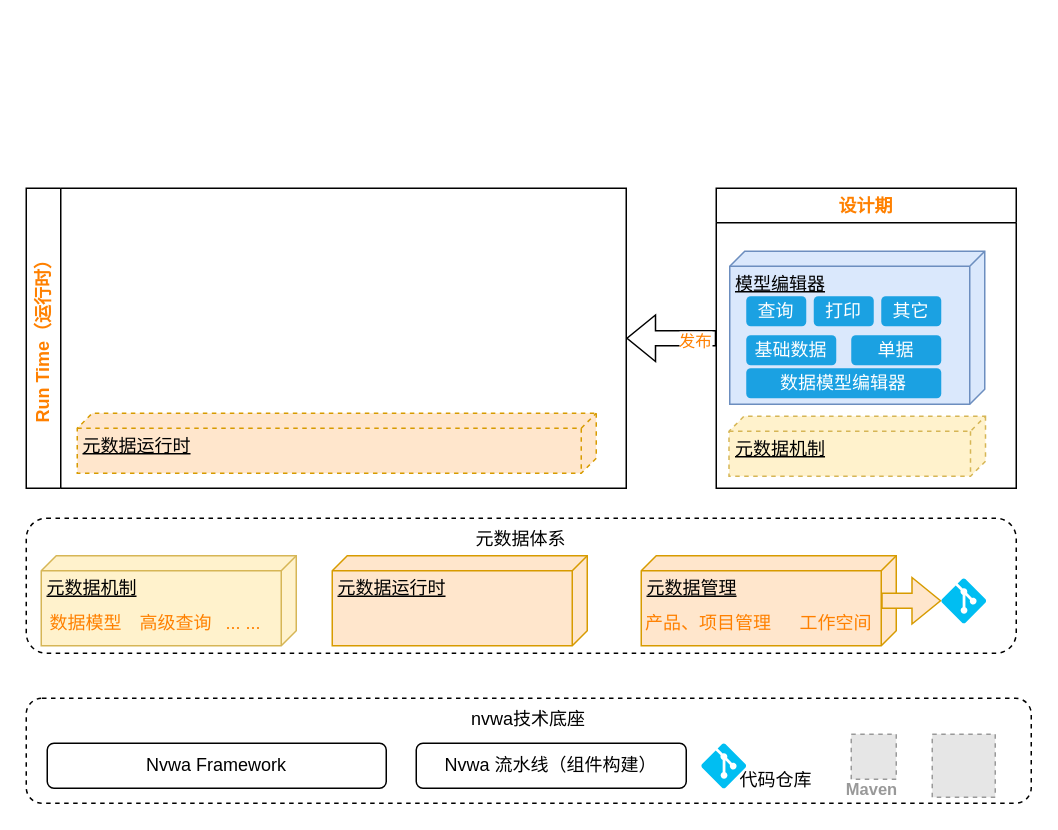
lornezhang66/draw.io keeps this draw.io diagram as page "架构图" (1 of 2) of 轻量级业务构建体系.drawio. Above is the earlier version. Source tidied: cells renumbered, new cells numbered last; positions are measured from the earlier drawing's top-left corner, leaving out a move shared by most shapes. Both pictures are drawn from the tidied source at 150%, with x=0, y=0 at pixel (26, 188). Pictures stored in the file or linked from it are replaced by grey dashed boxes.
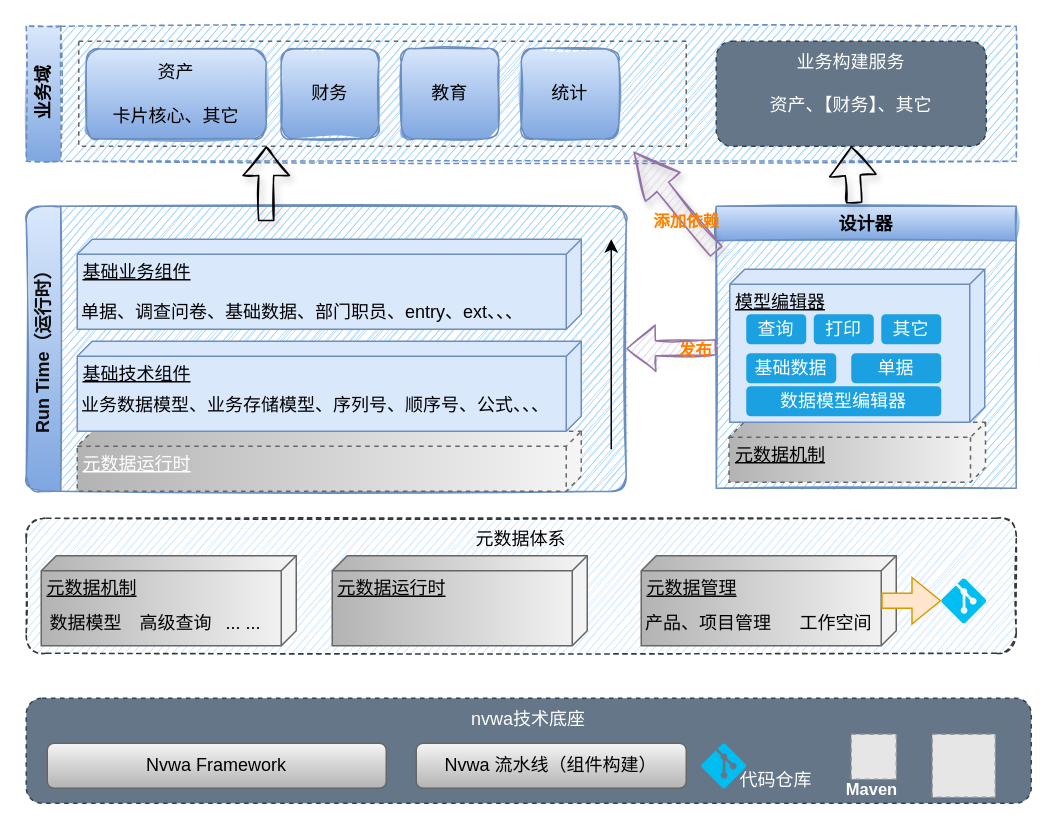
The same diagram, later.

What changed in the source:
```diff
@@
-    <mxCell id="2" value="nvwa技术底座" style="rounded=1;whiteSpace=wrap;html=1;verticalAlign=top;dashed=1;" parent="1" vertex="1">
+    <mxCell id="2" value="nvwa技术底座" style="rounded=1;whiteSpace=wrap;html=1;verticalAlign=top;dashed=1;fillColor=#647687;fontColor=#ffffff;strokeColor=#314354;" parent="1" vertex="1">
       <mxGeometry y="340" width="670" height="70" as="geometry" />
     </mxCell>
-    <mxCell id="3" value="Nvwa Framework" style="rounded=1;whiteSpace=wrap;html=1;" parent="1" vertex="1">
+    <mxCell id="3" value="Nvwa Framework" style="rounded=1;whiteSpace=wrap;html=1;fillColor=#f5f5f5;strokeColor=#666666;gradientColor=#b3b3b3;" parent="1" vertex="1">
       <mxGeometry x="14" y="370" width="226" height="30" as="geometry" />
     </mxCell>
-    <mxCell id="4" value="Nvwa 流水线（组件构建）" style="rounded=1;whiteSpace=wrap;html=1;" parent="1" vertex="1">
+    <mxCell id="4" value="Nvwa 流水线（组件构建）" style="rounded=1;whiteSpace=wrap;html=1;fillColor=#f5f5f5;strokeColor=#666666;gradientColor=#b3b3b3;" parent="1" vertex="1">
       <mxGeometry x="260" y="370" width="180" height="30" as="geometry" />
     </mxCell>
-    <mxCell id="5" value="元数据体系" style="rounded=1;whiteSpace=wrap;html=1;verticalAlign=top;dashed=1;" parent="1" vertex="1">
+    <mxCell id="5" value="元数据体系" style="rounded=1;whiteSpace=wrap;html=1;verticalAlign=top;dashed=1;fillColor=#cce5ff;strokeColor=#36393d;glass=0;sketch=1;" parent="1" vertex="1">
       <mxGeometry y="220" width="660" height="90" as="geometry" />
     </mxCell>
-    <mxCell id="6" style="group;" parent="1" vertex="1">
+    <mxCell id="6" style="group;fontColor=#FCFCFC;" parent="1" vertex="1">
       <mxGeometry x="450" y="370" width="80" height="40" as="geometry" />
     </mxCell>
@@
-    <mxCell id="8" value="代码仓库" style="text;html=1;strokeColor=none;fillColor=none;align=center;verticalAlign=middle;whiteSpace=wrap;rounded=0;" parent="6" vertex="1">
+    <mxCell id="8" value="代码仓库" style="text;html=1;strokeColor=none;fillColor=none;align=center;verticalAlign=middle;whiteSpace=wrap;rounded=0;fontColor=#FFFFFF;" parent="6" vertex="1">
       <mxGeometry x="20" y="10" width="60" height="30" as="geometry" />
     </mxCell>
@@
-    <mxCell id="10" value="元数据机制" style="verticalAlign=top;align=left;spacingTop=8;spacingLeft=2;spacingRight=12;shape=cube;size=10;direction=south;fontStyle=4;html=1;fillColor=#fff2cc;strokeColor=#d6b656;" parent="1" vertex="1">
+    <mxCell id="10" value="元数据机制" style="verticalAlign=top;align=left;spacingTop=8;spacingLeft=2;spacingRight=12;shape=cube;size=10;direction=south;fontStyle=4;html=1;fillColor=#f5f5f5;strokeColor=#666666;gradientColor=#b3b3b3;" parent="1" vertex="1">
       <mxGeometry x="10" y="245" width="170" height="60" as="geometry" />
     </mxCell>
-    <mxCell id="11" value="Maven&amp;nbsp;" style="fillColor=#E6E6E6;strokeColor=#999999;dashed=1;html=1;verticalAlign=top;labelPosition=center;verticalLabelPosition=bottom;align=center;spacingTop=-6;fontSize=11;fontStyle=1;fontColor=#999999;" parent="1" vertex="1">
+    <mxCell id="11" value="&lt;font class=&quot;relin-sentence-1668568389966 relin-sentence&quot; color=&quot;#ffffff&quot;&gt;Maven&amp;nbsp;&lt;/font&gt;" style="fillColor=#E6E6E6;strokeColor=#999999;dashed=1;html=1;verticalAlign=top;labelPosition=center;verticalLabelPosition=bottom;align=center;spacingTop=-6;fontSize=11;fontStyle=1;fontColor=#999999;" parent="1" vertex="1">
       <mxGeometry x="550" y="364" width="30" height="30" as="geometry" />
     </mxCell>
@@
-    <mxCell id="13" value="数据模型" style="text;html=1;strokeColor=none;fillColor=none;align=center;verticalAlign=middle;whiteSpace=wrap;rounded=0;dashed=1;fontColor=#FF8000;" parent="1" vertex="1">
+    <mxCell id="13" value="数据模型" style="text;html=1;fillColor=none;align=center;verticalAlign=middle;whiteSpace=wrap;rounded=0;dashed=1;" parent="1" vertex="1">
       <mxGeometry x="10" y="280" width="60" height="20" as="geometry" />
     </mxCell>
-    <mxCell id="14" value="高级查询" style="text;html=1;strokeColor=none;fillColor=none;align=center;verticalAlign=middle;whiteSpace=wrap;rounded=0;dashed=1;fontColor=#FF8000;" parent="1" vertex="1">
+    <mxCell id="14" value="高级查询" style="text;html=1;fillColor=none;align=center;verticalAlign=middle;whiteSpace=wrap;rounded=0;dashed=1;" parent="1" vertex="1">
       <mxGeometry x="70" y="280" width="60" height="20" as="geometry" />
     </mxCell>
-    <mxCell id="15" value="... ..." style="text;html=1;strokeColor=none;fillColor=none;align=center;verticalAlign=middle;whiteSpace=wrap;rounded=0;dashed=1;fontColor=#FF8000;" parent="1" vertex="1">
+    <mxCell id="15" value="... ..." style="text;html=1;fillColor=none;align=center;verticalAlign=middle;whiteSpace=wrap;rounded=0;dashed=1;" parent="1" vertex="1">
       <mxGeometry x="130" y="280" width="30" height="20" as="geometry" />
     </mxCell>
-    <mxCell id="16" value="元数据运行时" style="verticalAlign=top;align=left;spacingTop=8;spacingLeft=2;spacingRight=12;shape=cube;size=10;direction=south;fontStyle=4;html=1;fillColor=#ffe6cc;strokeColor=#d79b00;" parent="1" vertex="1">
+    <mxCell id="16" value="元数据运行时" style="verticalAlign=top;align=left;spacingTop=8;spacingLeft=2;spacingRight=12;shape=cube;size=10;direction=south;fontStyle=4;html=1;fillColor=#f5f5f5;strokeColor=#666666;gradientColor=#b3b3b3;" parent="1" vertex="1">
       <mxGeometry x="204" y="245" width="170" height="60" as="geometry" />
     </mxCell>
-    <mxCell id="17" value="元数据管理" style="verticalAlign=top;align=left;spacingTop=8;spacingLeft=2;spacingRight=12;shape=cube;size=10;direction=south;fontStyle=4;html=1;fillColor=#ffe6cc;strokeColor=#d79b00;" parent="1" vertex="1">
+    <mxCell id="17" value="元数据管理" style="verticalAlign=top;align=left;spacingTop=8;spacingLeft=2;spacingRight=12;shape=cube;size=10;direction=south;fontStyle=4;html=1;fillColor=#f5f5f5;strokeColor=#666666;gradientColor=#b3b3b3;" parent="1" vertex="1">
       <mxGeometry x="410" y="245" width="170" height="60" as="geometry" />
     </mxCell>
-    <mxCell id="18" value="工作空间" style="text;html=1;strokeColor=none;fillColor=none;align=center;verticalAlign=middle;whiteSpace=wrap;rounded=0;dashed=1;fontColor=#FF8000;" parent="1" vertex="1">
+    <mxCell id="18" value="工作空间" style="text;html=1;fillColor=none;align=center;verticalAlign=middle;whiteSpace=wrap;rounded=0;dashed=1;" parent="1" vertex="1">
       <mxGeometry x="510" y="280" width="60" height="20" as="geometry" />
     </mxCell>
-    <mxCell id="19" value="产品、项目管理" style="text;html=1;strokeColor=none;fillColor=none;align=center;verticalAlign=middle;whiteSpace=wrap;rounded=0;dashed=1;fontColor=#FF8000;" parent="1" vertex="1">
+    <mxCell id="19" value="产品、项目管理" style="text;html=1;fillColor=none;align=center;verticalAlign=middle;whiteSpace=wrap;rounded=0;dashed=1;" parent="1" vertex="1">
       <mxGeometry x="410" y="280" width="90" height="20" as="geometry" />
     </mxCell>
@@
-    <mxCell id="21" value="Run Time（运行时）" style="swimlane;horizontal=0;whiteSpace=wrap;html=1;fontColor=#FF8000;" parent="1" vertex="1">
-      <mxGeometry width="400" height="200" as="geometry" />
+    <mxCell id="21" value="Run Time（运行时）" style="swimlane;horizontal=0;whiteSpace=wrap;html=1;fillColor=#dae8fc;gradientColor=#7ea6e0;strokeColor=#6c8ebf;rounded=1;sketch=1;labelBackgroundColor=none;fontColor=#0D0D0D;swimlaneFillColor=#99CCFF;" parent="1" vertex="1">
+      <mxGeometry y="12" width="400" height="190" as="geometry" />
     </mxCell>
-    <mxCell id="22" value="元数据运行时" style="verticalAlign=top;align=left;spacingTop=8;spacingLeft=2;spacingRight=12;shape=cube;size=10;direction=south;fontStyle=4;html=1;fillColor=#ffe6cc;strokeColor=#d79b00;dashed=1;" parent="21" vertex="1">
-      <mxGeometry x="34" y="150" width="346" height="40" as="geometry" />
+    <mxCell id="22" value="元数据运行时" style="verticalAlign=top;align=left;spacingTop=8;spacingLeft=2;spacingRight=12;shape=cube;size=10;direction=south;fontStyle=4;html=1;fillColor=#f5f5f5;strokeColor=#666666;dashed=1;gradientColor=#b3b3b3;fontColor=#FFFFFF;" parent="21" vertex="1">
+      <mxGeometry x="34" y="150" width="336" height="40" as="geometry" />
     </mxCell>
+    <mxCell id="34" style="endArrow=classic;html=1;rounded=0;fontColor=#FF8000;" parent="21" edge="1">
+      <mxGeometry relative="1" as="geometry">
+        <mxPoint x="390" y="162" as="sourcePoint" />
+        <mxPoint x="390" y="22" as="targetPoint" />
+      </mxGeometry>
+    </mxCell>
+    <mxCell id="35" value="基础技术组件" style="verticalAlign=top;align=left;spacingTop=8;spacingLeft=2;spacingRight=12;shape=cube;size=10;direction=south;fontStyle=4;html=1;fillColor=#dae8fc;strokeColor=#6c8ebf;" parent="21" vertex="1">
+      <mxGeometry x="34" y="90" width="336" height="60" as="geometry" />
+    </mxCell>
+    <mxCell id="36" value="基础业务组件" style="verticalAlign=top;align=left;spacingTop=8;spacingLeft=2;spacingRight=12;shape=cube;size=10;direction=south;fontStyle=4;html=1;fillColor=#dae8fc;strokeColor=#6c8ebf;" parent="21" vertex="1">
+      <mxGeometry x="34" y="22" width="336" height="60" as="geometry" />
+    </mxCell>
+    <mxCell id="37" value="业务数据模型、业务存储模型、序列号、顺序号、公式、、、" style="text;html=1;fillColor=none;align=left;verticalAlign=middle;whiteSpace=wrap;rounded=0;" parent="21" vertex="1">
+      <mxGeometry x="35" y="124" width="330" height="18" as="geometry" />
+    </mxCell>
+    <mxCell id="38" value="单据、调查问卷、基础数据、部门职员、entry、ext、、、" style="text;html=1;fillColor=none;align=left;verticalAlign=middle;whiteSpace=wrap;rounded=0;" parent="21" vertex="1">
+      <mxGeometry x="35" y="62" width="330" height="18" as="geometry" />
+    </mxCell>
-    <mxCell id="23" value="设计期" style="swimlane;whiteSpace=wrap;html=1;fontColor=#FF8000;" parent="1" vertex="1">
-      <mxGeometry x="460" width="200" height="200" as="geometry" />
+    <mxCell id="23" value="设计器" style="swimlane;whiteSpace=wrap;html=1;fillColor=#dae8fc;gradientColor=#7ea6e0;strokeColor=#6c8ebf;sketch=1;swimlaneFillColor=#99CCFF;" parent="1" vertex="1">
+      <mxGeometry x="460" y="12" width="200" height="188" as="geometry" />
     </mxCell>
-    <mxCell id="24" value="元数据机制" style="verticalAlign=top;align=left;spacingTop=8;spacingLeft=2;spacingRight=12;shape=cube;size=10;direction=south;fontStyle=4;html=1;dashed=1;fillColor=#fff2cc;strokeColor=#d6b656;" parent="23" vertex="1">
-      <mxGeometry x="8.5" y="152" width="171" height="40" as="geometry" />
+    <mxCell id="24" value="元数据机制" style="verticalAlign=top;align=left;spacingTop=8;spacingLeft=2;spacingRight=12;shape=cube;size=10;direction=south;fontStyle=4;html=1;dashed=1;fillColor=#f5f5f5;strokeColor=#666666;gradientColor=#b3b3b3;" parent="23" vertex="1">
+      <mxGeometry x="8.5" y="144" width="171" height="40" as="geometry" />
     </mxCell>
@@
-    <mxCell id="32" style="shape=flexArrow;endArrow=classic;html=1;rounded=0;fontColor=#FF8000;exitX=0;exitY=0.5;exitDx=0;exitDy=0;entryX=1;entryY=0.5;entryDx=0;entryDy=0;" parent="1" edge="1" source="23" target="21">
+    <mxCell id="32" style="shape=flexArrow;endArrow=classic;html=1;rounded=1;fontColor=#FF8000;exitX=0;exitY=0.5;exitDx=0;exitDy=0;entryX=1;entryY=0.5;entryDx=0;entryDy=0;fillColor=#e1d5e7;strokeColor=#9673a6;sketch=1;" parent="1" edge="1" source="23" target="21">
       <mxGeometry relative="1" as="geometry" />
     </mxCell>
-    <mxCell id="33" value="发布" style="edgeLabel;html=1;align=center;verticalAlign=middle;fontColor=#FF8000;" parent="32" vertex="1">
+    <mxCell id="33" value="发布" style="edgeLabel;html=1;align=center;verticalAlign=middle;fontColor=#FF8000;labelBackgroundColor=none;fontStyle=1;" parent="32" vertex="1">
       <mxGeometry x="-0.5" y="1" relative="1" as="geometry" />
     </mxCell>
+    <mxCell id="39" value="业务域" style="swimlane;horizontal=0;whiteSpace=wrap;html=1;dashed=1;strokeColor=#6c8ebf;fillColor=#dae8fc;sketch=1;gradientColor=#7ea6e0;swimlaneFillColor=#99CCFF;" parent="1" vertex="1">
+      <mxGeometry y="-108" width="660" height="90" as="geometry" />
+    </mxCell>
+    <mxCell id="40" style="swimlane;startSize=0;dashed=1;fillColor=#f5f5f5;gradientColor=#b3b3b3;strokeColor=#666666;" parent="39" vertex="1">
+      <mxGeometry x="35" y="10" width="405" height="70" as="geometry" />
+    </mxCell>
+    <mxCell id="41" value="资产&lt;br&gt;&lt;br&gt;卡片核心、其它" style="whiteSpace=wrap;html=1;strokeColor=#6c8ebf;fillColor=#dae8fc;gradientColor=#7ea6e0;rounded=1;sketch=1;" parent="40" vertex="1">
+      <mxGeometry x="5" y="5" width="120" height="60" as="geometry" />
+    </mxCell>
+    <mxCell id="42" value="财务" style="whiteSpace=wrap;html=1;strokeColor=#6c8ebf;fillColor=#dae8fc;gradientColor=#7ea6e0;rounded=1;sketch=1;" parent="40" vertex="1">
+      <mxGeometry x="135" y="5" width="65" height="60" as="geometry" />
+    </mxCell>
+    <mxCell id="43" value="教育" style="whiteSpace=wrap;html=1;strokeColor=#6c8ebf;fillColor=#dae8fc;gradientColor=#7ea6e0;rounded=1;sketch=1;" parent="40" vertex="1">
+      <mxGeometry x="215" y="5" width="65" height="60" as="geometry" />
+    </mxCell>
+    <mxCell id="44" value="统计" style="whiteSpace=wrap;html=1;strokeColor=#6c8ebf;fillColor=#dae8fc;gradientColor=#7ea6e0;rounded=1;sketch=1;" parent="40" vertex="1">
+      <mxGeometry x="295" y="5" width="65" height="60" as="geometry" />
+    </mxCell>
+    <mxCell id="45" value="&lt;span class=&quot;relin-sentence-1668569045927 relin-sentence&quot; style=&quot;&quot;&gt;业务构建服务&lt;br&gt;&lt;br&gt;&lt;span style=&quot;&quot;&gt;资产、【财务】、其它&lt;/span&gt;&lt;br&gt;&lt;/span&gt;" style="rounded=1;whiteSpace=wrap;html=1;glass=0;sketch=0;fillColor=#647687;verticalAlign=top;strokeColor=#314354;dashed=1;fontColor=#FFFFFF;" parent="39" vertex="1">
+      <mxGeometry x="460" y="10" width="180" height="70" as="geometry" />
+    </mxCell>
+    <mxCell id="46" style="shape=flexArrow;endArrow=classic;html=1;rounded=1;shadow=1;sketch=1;fontColor=#FFFFFF;" parent="39" edge="1">
+      <mxGeometry relative="1" as="geometry">
+        <mxPoint x="160" y="130" as="sourcePoint" />
+        <mxPoint x="160" y="80" as="targetPoint" />
+      </mxGeometry>
+    </mxCell>
+    <mxCell id="47" style="shape=arrow;endArrow=classic;html=1;rounded=0;fontColor=#FF8000;entryX=0.914;entryY=1.057;entryDx=0;entryDy=0;entryPerimeter=0;sketch=1;shadow=1;fillColor=#e1d5e7;strokeColor=#9673a6;" parent="1" edge="1" target="40">
+      <mxGeometry relative="1" as="geometry">
+        <mxPoint x="460" y="42" as="sourcePoint" />
+      </mxGeometry>
+    </mxCell>
+    <mxCell id="48" value="添加依赖" style="edgeLabel;html=1;align=center;verticalAlign=middle;fontColor=#FF8000;labelBackgroundColor=none;fontStyle=1;" parent="47" vertex="1">
+      <mxGeometry x="0.4" y="-3" relative="1" as="geometry">
+        <mxPoint x="16" y="28" as="offset" />
+      </mxGeometry>
+    </mxCell>
+    <mxCell id="49" style="shape=flexArrow;endArrow=classic;html=1;rounded=1;shadow=1;sketch=1;fontColor=#FFFFFF;entryX=0.5;entryY=1;entryDx=0;entryDy=0;exitX=0.46;exitY=-0.011;exitDx=0;exitDy=0;exitPerimeter=0;" parent="1" edge="1" source="23" target="45">
+      <mxGeometry relative="1" as="geometry" />
+    </mxCell>
```
